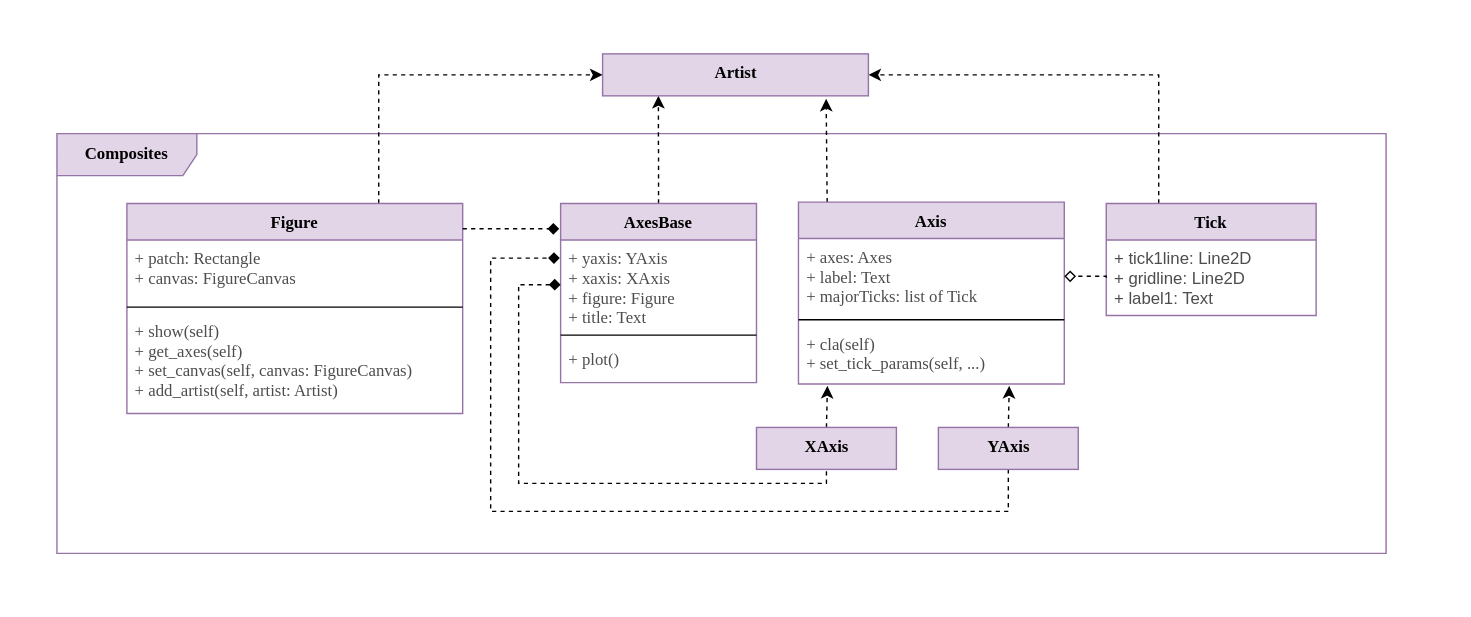
Above: deliverable/1/img/UML_Artist_Layer_Composite.svg in CSCD01/team_04-project (draw.io), before the change. Source tidied: cells renumbered, new cells last; positions are measured from the earlier drawing's top-left corner, leaving out a move shared by most shapes.
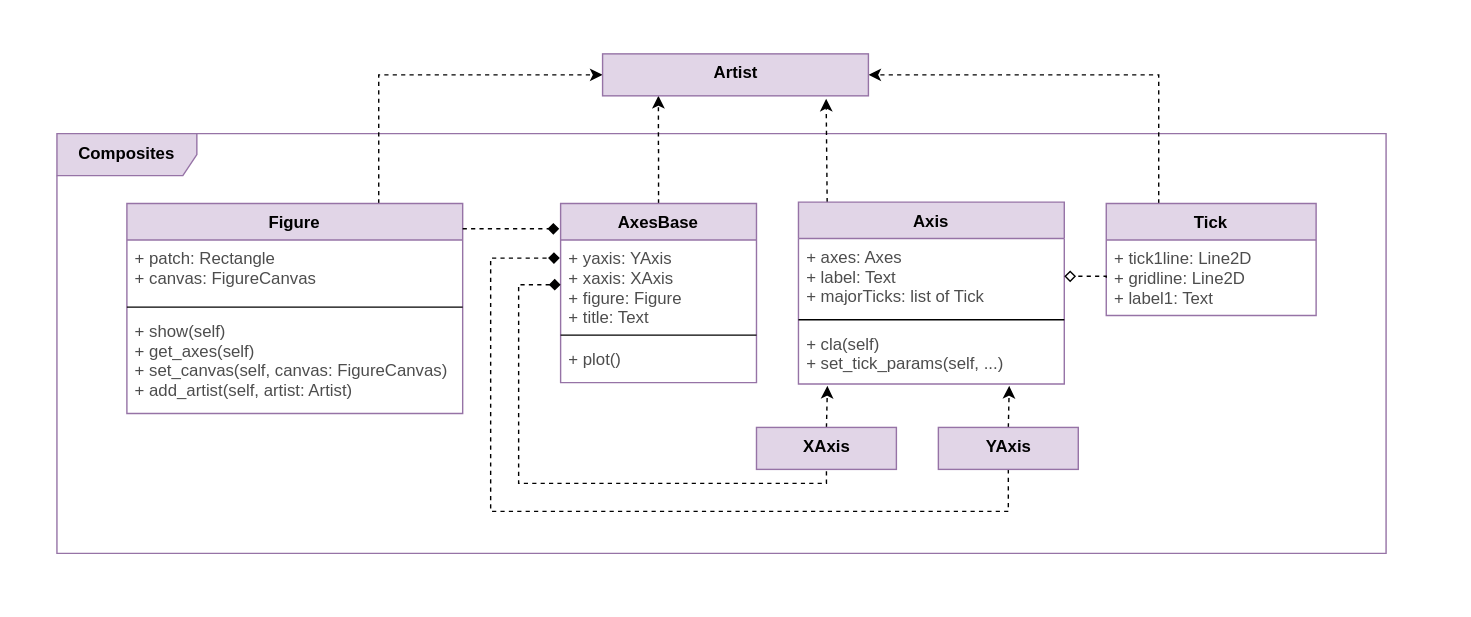
Above is the later version.

What changed in the source:
```diff
@@ -2,38 +2,38 @@
   <root>
     <mxCell id="0" />
     <mxCell id="1" parent="0" />
-    <mxCell id="2" style="html=1;strokeColor=#FFFFFF;" parent="1" vertex="1">
+    <mxCell id="2" style="html=1;strokeColor=#FFFFFF;fontFamily=Helvetica;" parent="1" vertex="1">
       <mxGeometry width="1050" height="440" as="geometry" />
     </mxCell>
-    <mxCell id="3" value="Composites" style="shape=umlFrame;whiteSpace=wrap;html=1;width=100;height=30;strokeColor=#9673a6;fillColor=#e1d5e7;fontStyle=1;fontFamily=Tahoma;" parent="1" vertex="1">
+    <mxCell id="3" value="Composites" style="shape=umlFrame;whiteSpace=wrap;html=1;width=100;height=30;strokeColor=#9673a6;fillColor=#e1d5e7;fontStyle=1;fontFamily=Helvetica;" parent="1" vertex="1">
       <mxGeometry x="40" y="95" width="950" height="300" as="geometry" />
     </mxCell>
-    <mxCell id="4" style="edgeStyle=orthogonalEdgeStyle;rounded=0;jettySize=auto;html=1;exitX=0.108;exitY=0;exitDx=0;exitDy=0;entryX=0.841;entryY=1.071;entryDx=0;entryDy=0;entryPerimeter=0;dashed=1;exitPerimeter=0;" parent="1" edge="1" source="5" target="30">
+    <mxCell id="4" style="edgeStyle=orthogonalEdgeStyle;rounded=0;jettySize=auto;html=1;exitX=0.108;exitY=0;exitDx=0;exitDy=0;entryX=0.841;entryY=1.071;entryDx=0;entryDy=0;entryPerimeter=0;dashed=1;exitPerimeter=0;fontFamily=Helvetica;" parent="1" edge="1" source="5" target="30">
       <mxGeometry relative="1" as="geometry">
         <Array as="points">
           <mxPoint x="590" y="144" />
         </Array>
       </mxGeometry>
     </mxCell>
-    <mxCell id="5" value="Axis" style="swimlane;fontStyle=1;align=center;verticalAlign=top;horizontal=1;startSize=26;fontFamily=Tahoma;strokeColor=#9673a6;fillColor=#e1d5e7;" parent="1" vertex="1">
+    <mxCell id="5" value="Axis" style="swimlane;fontStyle=1;align=center;verticalAlign=top;horizontal=1;startSize=26;fontFamily=Helvetica;strokeColor=#9673a6;fillColor=#e1d5e7;" parent="1" vertex="1">
       <mxGeometry x="570" y="144" width="190" height="130" as="geometry" />
     </mxCell>
-    <mxCell id="6" value="+ axes: Axes&#10;+ label: Text&#10;+ majorTicks: list of Tick&#10;" style="text;strokeColor=none;fillColor=none;align=left;verticalAlign=top;spacingLeft=4;spacingRight=4;overflow=hidden;points=[[0,0.5],[1,0.5]];portConstraint=eastwest;fontFamily=Tahoma;fontColor=#4D4D4D;" parent="5" vertex="1">
+    <mxCell id="6" value="+ axes: Axes&#10;+ label: Text&#10;+ majorTicks: list of Tick&#10;" style="text;strokeColor=none;fillColor=none;align=left;verticalAlign=top;spacingLeft=4;spacingRight=4;overflow=hidden;points=[[0,0.5],[1,0.5]];portConstraint=eastwest;fontFamily=Helvetica;fontColor=#4D4D4D;" parent="5" vertex="1">
       <mxGeometry y="26" width="190" height="54" as="geometry" />
     </mxCell>
-    <mxCell id="7" style="line;strokeWidth=1;fillColor=none;align=left;verticalAlign=bottom;spacingTop=-2;spacingLeft=3;spacingRight=3;labelPosition=right;" parent="5" vertex="1">
+    <mxCell id="7" style="line;strokeWidth=1;fillColor=none;align=left;verticalAlign=bottom;spacingTop=-2;spacingLeft=3;spacingRight=3;labelPosition=right;fontFamily=Helvetica;" parent="5" vertex="1">
       <mxGeometry y="80" width="190" height="8" as="geometry" />
     </mxCell>
-    <mxCell id="8" value="+ cla(self)&#10;+ set_tick_params(self, ...)" style="text;strokeColor=none;fillColor=none;align=left;verticalAlign=top;spacingLeft=4;spacingRight=4;overflow=hidden;points=[[0,0.5],[1,0.5]];portConstraint=eastwest;fontFamily=Tahoma;fontColor=#4D4D4D;" parent="5" vertex="1">
+    <mxCell id="8" value="+ cla(self)&#10;+ set_tick_params(self, ...)" style="text;strokeColor=none;fillColor=none;align=left;verticalAlign=top;spacingLeft=4;spacingRight=4;overflow=hidden;points=[[0,0.5],[1,0.5]];portConstraint=eastwest;fontFamily=Helvetica;fontColor=#4D4D4D;" parent="5" vertex="1">
       <mxGeometry y="88" width="190" height="42" as="geometry" />
     </mxCell>
-    <mxCell id="9" style="edgeStyle=orthogonalEdgeStyle;rounded=0;jettySize=auto;html=1;exitX=0.5;exitY=0;exitDx=0;exitDy=0;entryX=0.109;entryY=1.031;entryDx=0;entryDy=0;entryPerimeter=0;dashed=1;" parent="1" edge="1" source="10" target="8">
+    <mxCell id="9" style="edgeStyle=orthogonalEdgeStyle;rounded=0;jettySize=auto;html=1;exitX=0.5;exitY=0;exitDx=0;exitDy=0;entryX=0.109;entryY=1.031;entryDx=0;entryDy=0;entryPerimeter=0;dashed=1;fontFamily=Helvetica;" parent="1" edge="1" source="10" target="8">
       <mxGeometry relative="1" as="geometry" />
     </mxCell>
-    <mxCell id="10" value="XAxis" style="html=1;fontFamily=Tahoma;fillColor=#e1d5e7;strokeColor=#9673a6;fontStyle=1;verticalAlign=top;" parent="1" vertex="1">
+    <mxCell id="10" value="XAxis" style="html=1;fontFamily=Helvetica;fillColor=#e1d5e7;strokeColor=#9673a6;fontStyle=1;verticalAlign=top;" parent="1" vertex="1">
       <mxGeometry x="540" y="305" width="100" height="30" as="geometry" />
     </mxCell>
-    <mxCell id="11" style="edgeStyle=orthogonalEdgeStyle;rounded=0;jettySize=auto;html=1;exitX=0.5;exitY=1;exitDx=0;exitDy=0;entryX=-0.004;entryY=0.203;entryDx=0;entryDy=0;dashed=1;startArrow=none;startFill=0;endArrow=diamond;endFill=1;entryPerimeter=0;" parent="1" edge="1" source="13" target="16">
+    <mxCell id="11" style="edgeStyle=orthogonalEdgeStyle;rounded=0;jettySize=auto;html=1;exitX=0.5;exitY=1;exitDx=0;exitDy=0;entryX=-0.004;entryY=0.203;entryDx=0;entryDy=0;dashed=1;startArrow=none;startFill=0;endArrow=diamond;endFill=1;entryPerimeter=0;fontFamily=Helvetica;" parent="1" edge="1" source="13" target="16">
       <mxGeometry relative="1" as="geometry">
         <Array as="points">
           <mxPoint x="720" y="365" />
@@ -42,52 +42,52 @@
         </Array>
       </mxGeometry>
     </mxCell>
-    <mxCell id="12" style="edgeStyle=orthogonalEdgeStyle;rounded=0;jettySize=auto;html=1;exitX=0.5;exitY=0;exitDx=0;exitDy=0;entryX=0.793;entryY=1.031;entryDx=0;entryDy=0;entryPerimeter=0;dashed=1;" parent="1" edge="1" source="13" target="8">
+    <mxCell id="12" style="edgeStyle=orthogonalEdgeStyle;rounded=0;jettySize=auto;html=1;exitX=0.5;exitY=0;exitDx=0;exitDy=0;entryX=0.793;entryY=1.031;entryDx=0;entryDy=0;entryPerimeter=0;dashed=1;fontFamily=Helvetica;" parent="1" edge="1" source="13" target="8">
       <mxGeometry relative="1" as="geometry" />
     </mxCell>
-    <mxCell id="13" value="YAxis" style="html=1;fontFamily=Tahoma;fillColor=#e1d5e7;strokeColor=#9673a6;fontStyle=1;verticalAlign=top;" parent="1" vertex="1">
+    <mxCell id="13" value="YAxis" style="html=1;fontFamily=Helvetica;fillColor=#e1d5e7;strokeColor=#9673a6;fontStyle=1;verticalAlign=top;" parent="1" vertex="1">
       <mxGeometry x="670" y="305" width="100" height="30" as="geometry" />
     </mxCell>
-    <mxCell id="14" style="edgeStyle=orthogonalEdgeStyle;rounded=0;jettySize=auto;html=1;exitX=0.5;exitY=0;exitDx=0;exitDy=0;entryX=0.21;entryY=1;entryDx=0;entryDy=0;entryPerimeter=0;dashed=1;" parent="1" edge="1" source="15" target="30">
+    <mxCell id="14" style="edgeStyle=orthogonalEdgeStyle;rounded=0;jettySize=auto;html=1;exitX=0.5;exitY=0;exitDx=0;exitDy=0;entryX=0.21;entryY=1;entryDx=0;entryDy=0;entryPerimeter=0;dashed=1;fontFamily=Helvetica;" parent="1" edge="1" source="15" target="30">
       <mxGeometry relative="1" as="geometry" />
     </mxCell>
-    <mxCell id="15" value="AxesBase" style="swimlane;fontStyle=1;align=center;verticalAlign=top;horizontal=1;startSize=26;fontFamily=Tahoma;strokeColor=#9673a6;fillColor=#e1d5e7;" parent="1" vertex="1">
+    <mxCell id="15" value="AxesBase" style="swimlane;fontStyle=1;align=center;verticalAlign=top;horizontal=1;startSize=26;fontFamily=Helvetica;strokeColor=#9673a6;fillColor=#e1d5e7;" parent="1" vertex="1">
       <mxGeometry x="400" y="145" width="140" height="128" as="geometry" />
     </mxCell>
-    <mxCell id="16" value="+ yaxis: YAxis&#10;+ xaxis: XAxis&#10;+ figure: Figure&#10;+ title: Text" style="text;strokeColor=none;fillColor=none;align=left;verticalAlign=top;spacingLeft=4;spacingRight=4;overflow=hidden;points=[[0,0.5],[1,0.5]];portConstraint=eastwest;fontFamily=Tahoma;fontColor=#4D4D4D;" parent="15" vertex="1">
+    <mxCell id="16" value="+ yaxis: YAxis&#10;+ xaxis: XAxis&#10;+ figure: Figure&#10;+ title: Text" style="text;strokeColor=none;fillColor=none;align=left;verticalAlign=top;spacingLeft=4;spacingRight=4;overflow=hidden;points=[[0,0.5],[1,0.5]];portConstraint=eastwest;fontFamily=Helvetica;fontColor=#4D4D4D;" parent="15" vertex="1">
       <mxGeometry y="26" width="140" height="64" as="geometry" />
     </mxCell>
-    <mxCell id="17" style="line;strokeWidth=1;fillColor=none;align=left;verticalAlign=middle;spacingTop=-1;spacingLeft=3;spacingRight=3;labelPosition=right;" parent="15" vertex="1">
+    <mxCell id="17" style="line;strokeWidth=1;fillColor=none;align=left;verticalAlign=middle;spacingTop=-1;spacingLeft=3;spacingRight=3;labelPosition=right;fontFamily=Helvetica;" parent="15" vertex="1">
       <mxGeometry y="90" width="140" height="8" as="geometry" />
     </mxCell>
-    <mxCell id="18" value="+ plot()&#10;" style="text;strokeColor=none;fillColor=none;align=left;verticalAlign=top;spacingLeft=4;spacingRight=4;overflow=hidden;fontFamily=Tahoma;fontColor=#4D4D4D;" parent="15" vertex="1">
+    <mxCell id="18" value="+ plot()&#10;" style="text;strokeColor=none;fillColor=none;align=left;verticalAlign=top;spacingLeft=4;spacingRight=4;overflow=hidden;fontFamily=Helvetica;fontColor=#4D4D4D;" parent="15" vertex="1">
       <mxGeometry y="98" width="140" height="30" as="geometry" />
     </mxCell>
-    <mxCell id="19" style="edgeStyle=orthogonalEdgeStyle;rounded=0;jettySize=auto;html=1;exitX=0.75;exitY=0;exitDx=0;exitDy=0;entryX=0;entryY=0.5;entryDx=0;entryDy=0;dashed=1;" parent="1" edge="1" source="20" target="30">
+    <mxCell id="19" style="edgeStyle=orthogonalEdgeStyle;rounded=0;jettySize=auto;html=1;exitX=0.75;exitY=0;exitDx=0;exitDy=0;entryX=0;entryY=0.5;entryDx=0;entryDy=0;dashed=1;fontFamily=Helvetica;" parent="1" edge="1" source="20" target="30">
       <mxGeometry relative="1" as="geometry" />
     </mxCell>
-    <mxCell id="20" value="Figure" style="swimlane;fontStyle=1;align=center;verticalAlign=top;horizontal=1;startSize=26;strokeColor=#9673a6;fillColor=#e1d5e7;fontFamily=Tahoma;" parent="1" vertex="1">
+    <mxCell id="20" value="Figure" style="swimlane;fontStyle=1;align=center;verticalAlign=top;horizontal=1;startSize=26;strokeColor=#9673a6;fillColor=#e1d5e7;fontFamily=Helvetica;" parent="1" vertex="1">
       <mxGeometry x="90" y="145" width="240" height="150" as="geometry" />
     </mxCell>
-    <mxCell id="21" value="+ patch: Rectangle&#10;+ canvas: FigureCanvas&#10;" style="text;strokeColor=none;fillColor=none;align=left;verticalAlign=top;spacingLeft=4;spacingRight=4;overflow=hidden;fontFamily=Tahoma;fontColor=#4D4D4D;" parent="20" vertex="1">
+    <mxCell id="21" value="+ patch: Rectangle&#10;+ canvas: FigureCanvas&#10;" style="text;strokeColor=none;fillColor=none;align=left;verticalAlign=top;spacingLeft=4;spacingRight=4;overflow=hidden;fontFamily=Helvetica;fontColor=#4D4D4D;" parent="20" vertex="1">
       <mxGeometry y="26" width="240" height="44" as="geometry" />
     </mxCell>
-    <mxCell id="22" style="line;strokeWidth=1;fillColor=none;align=left;verticalAlign=middle;spacingTop=-1;spacingLeft=3;spacingRight=3;labelPosition=right;" parent="20" vertex="1">
+    <mxCell id="22" style="line;strokeWidth=1;fillColor=none;align=left;verticalAlign=middle;spacingTop=-1;spacingLeft=3;spacingRight=3;labelPosition=right;fontFamily=Helvetica;" parent="20" vertex="1">
       <mxGeometry y="70" width="240" height="8" as="geometry" />
     </mxCell>
-    <mxCell id="23" value="+ show(self)&#10;+ get_axes(self)&#10;+ set_canvas(self, canvas: FigureCanvas)&#10;+ add_artist(self, artist: Artist)" style="text;strokeColor=none;fillColor=none;align=left;verticalAlign=top;spacingLeft=4;spacingRight=4;overflow=hidden;fontFamily=Tahoma;fontColor=#4D4D4D;" parent="20" vertex="1">
+    <mxCell id="23" value="+ show(self)&#10;+ get_axes(self)&#10;+ set_canvas(self, canvas: FigureCanvas)&#10;+ add_artist(self, artist: Artist)" style="text;strokeColor=none;fillColor=none;align=left;verticalAlign=top;spacingLeft=4;spacingRight=4;overflow=hidden;fontFamily=Helvetica;fontColor=#4D4D4D;" parent="20" vertex="1">
       <mxGeometry y="78" width="240" height="72" as="geometry" />
     </mxCell>
-    <mxCell id="24" style="edgeStyle=orthogonalEdgeStyle;rounded=0;jettySize=auto;html=1;exitX=0.25;exitY=0;exitDx=0;exitDy=0;entryX=1;entryY=0.5;entryDx=0;entryDy=0;dashed=1;" parent="1" edge="1" source="25" target="30">
+    <mxCell id="24" style="edgeStyle=orthogonalEdgeStyle;rounded=0;jettySize=auto;html=1;exitX=0.25;exitY=0;exitDx=0;exitDy=0;entryX=1;entryY=0.5;entryDx=0;entryDy=0;dashed=1;fontFamily=Helvetica;" parent="1" edge="1" source="25" target="30">
       <mxGeometry relative="1" as="geometry" />
     </mxCell>
-    <mxCell id="25" value="Tick" style="swimlane;fontStyle=1;horizontal=1;startSize=26;fillColor=#e1d5e7;strokeColor=#9673a6;fontFamily=Tahoma;fontColor=#000000;verticalAlign=top;" parent="1" vertex="1">
+    <mxCell id="25" value="Tick" style="swimlane;fontStyle=1;horizontal=1;startSize=26;fillColor=#e1d5e7;strokeColor=#9673a6;fontFamily=Helvetica;fontColor=#000000;verticalAlign=top;" parent="1" vertex="1">
       <mxGeometry x="790" y="145" width="150" height="80" as="geometry" />
     </mxCell>
-    <mxCell id="26" value="+ tick1line: Line2D&#10;+ gridline: Line2D&#10;+ label1: Text" style="text;strokeColor=none;fillColor=none;align=left;verticalAlign=top;spacingLeft=4;spacingRight=4;overflow=hidden;points=[[0,0.5],[1,0.5]];portConstraint=eastwest;fontColor=#4D4D4D;" parent="25" vertex="1">
+    <mxCell id="26" value="+ tick1line: Line2D&#10;+ gridline: Line2D&#10;+ label1: Text" style="text;strokeColor=none;fillColor=none;align=left;verticalAlign=top;spacingLeft=4;spacingRight=4;overflow=hidden;points=[[0,0.5],[1,0.5]];portConstraint=eastwest;fontColor=#4D4D4D;fontFamily=Helvetica;" parent="25" vertex="1">
       <mxGeometry y="26" width="150" height="54" as="geometry" />
     </mxCell>
-    <mxCell id="27" style="edgeStyle=orthogonalEdgeStyle;rounded=0;jettySize=auto;html=1;entryX=0.5;entryY=1;entryDx=0;entryDy=0;dashed=1;startArrow=diamond;startFill=1;endArrow=none;endFill=0;exitX=0;exitY=0.5;exitDx=0;exitDy=0;" parent="1" edge="1" source="16" target="10">
+    <mxCell id="27" style="edgeStyle=orthogonalEdgeStyle;rounded=0;jettySize=auto;html=1;entryX=0.5;entryY=1;entryDx=0;entryDy=0;dashed=1;startArrow=diamond;startFill=1;endArrow=none;endFill=0;exitX=0;exitY=0.5;exitDx=0;exitDy=0;fontFamily=Helvetica;" parent="1" edge="1" source="16" target="10">
       <mxGeometry relative="1" as="geometry">
         <Array as="points">
           <mxPoint x="370" y="203" />
@@ -96,19 +96,19 @@
         </Array>
       </mxGeometry>
     </mxCell>
-    <mxCell id="28" style="edgeStyle=orthogonalEdgeStyle;rounded=0;jettySize=auto;html=1;entryX=-0.007;entryY=0.141;entryDx=0;entryDy=0;entryPerimeter=0;dashed=1;startArrow=none;startFill=0;endArrow=diamond;endFill=1;" parent="1" edge="1" target="15">
+    <mxCell id="28" style="edgeStyle=orthogonalEdgeStyle;rounded=0;jettySize=auto;html=1;entryX=-0.007;entryY=0.141;entryDx=0;entryDy=0;entryPerimeter=0;dashed=1;startArrow=none;startFill=0;endArrow=diamond;endFill=1;fontFamily=Helvetica;" parent="1" edge="1" target="15">
       <mxGeometry relative="1" as="geometry">
         <mxPoint x="330" y="163" as="sourcePoint" />
       </mxGeometry>
     </mxCell>
-    <mxCell id="29" style="edgeStyle=orthogonalEdgeStyle;rounded=0;jettySize=auto;html=1;exitX=0;exitY=0.5;exitDx=0;exitDy=0;dashed=1;startArrow=none;startFill=0;endArrow=diamond;endFill=0;entryX=1;entryY=0.5;entryDx=0;entryDy=0;" parent="1" edge="1" source="26" target="6">
+    <mxCell id="29" style="edgeStyle=orthogonalEdgeStyle;rounded=0;jettySize=auto;html=1;exitX=0;exitY=0.5;exitDx=0;exitDy=0;dashed=1;startArrow=none;startFill=0;endArrow=diamond;endFill=0;entryX=1;entryY=0.5;entryDx=0;entryDy=0;fontFamily=Helvetica;" parent="1" edge="1" source="26" target="6">
       <mxGeometry relative="1" as="geometry">
         <Array as="points">
           <mxPoint x="790" y="197" />
         </Array>
       </mxGeometry>
     </mxCell>
-    <mxCell id="30" value="Artist" style="html=1;fontFamily=Tahoma;fillColor=#e1d5e7;strokeColor=#9673a6;fontStyle=1;verticalAlign=top;" parent="1" vertex="1">
+    <mxCell id="30" value="Artist" style="html=1;fontFamily=Helvetica;fillColor=#e1d5e7;strokeColor=#9673a6;fontStyle=1;verticalAlign=top;" parent="1" vertex="1">
       <mxGeometry x="430" y="38" width="190" height="30" as="geometry" />
     </mxCell>
   </root>
```
